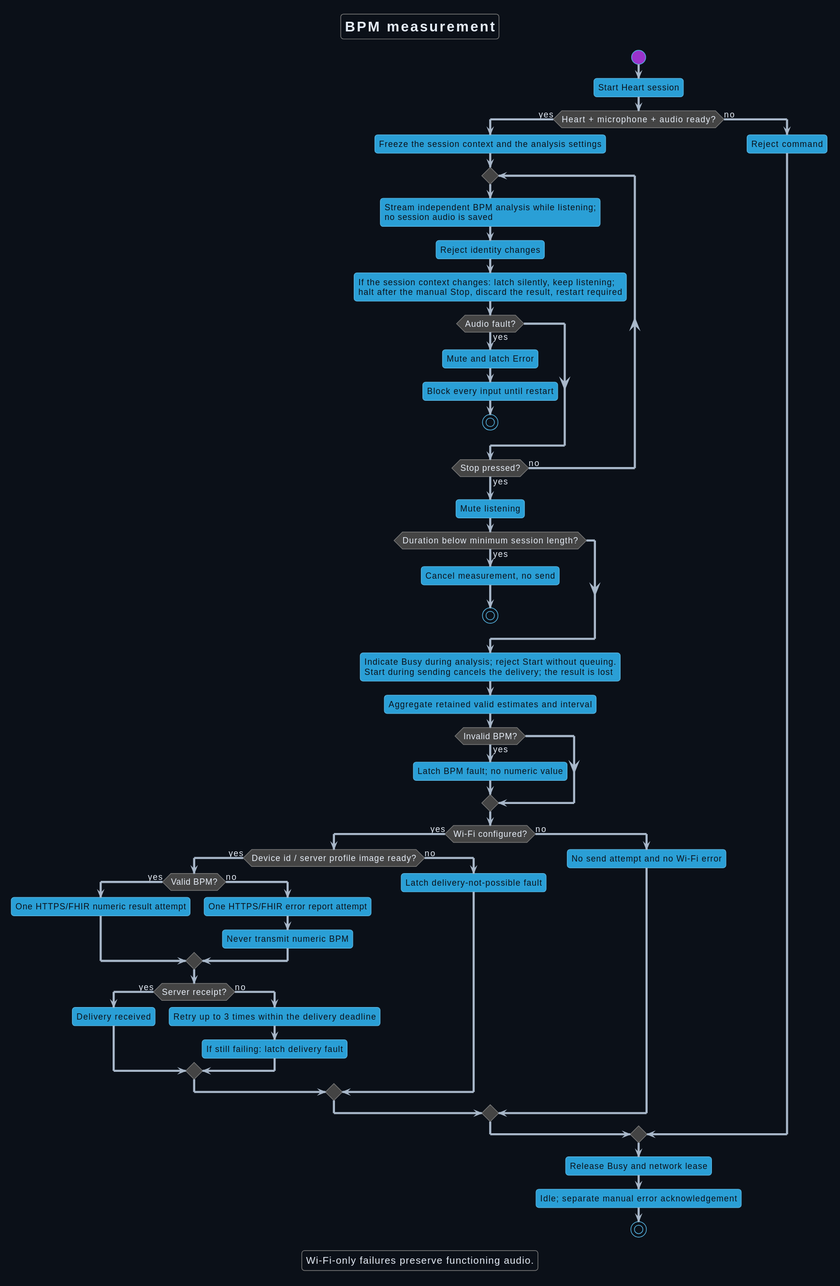
DemonicPsychoII/DigitalStethoscope keeps this PlantUML diagram as Development/system/architecture/system/rendered/measurement_workflow.svg. Above is the earlier version.
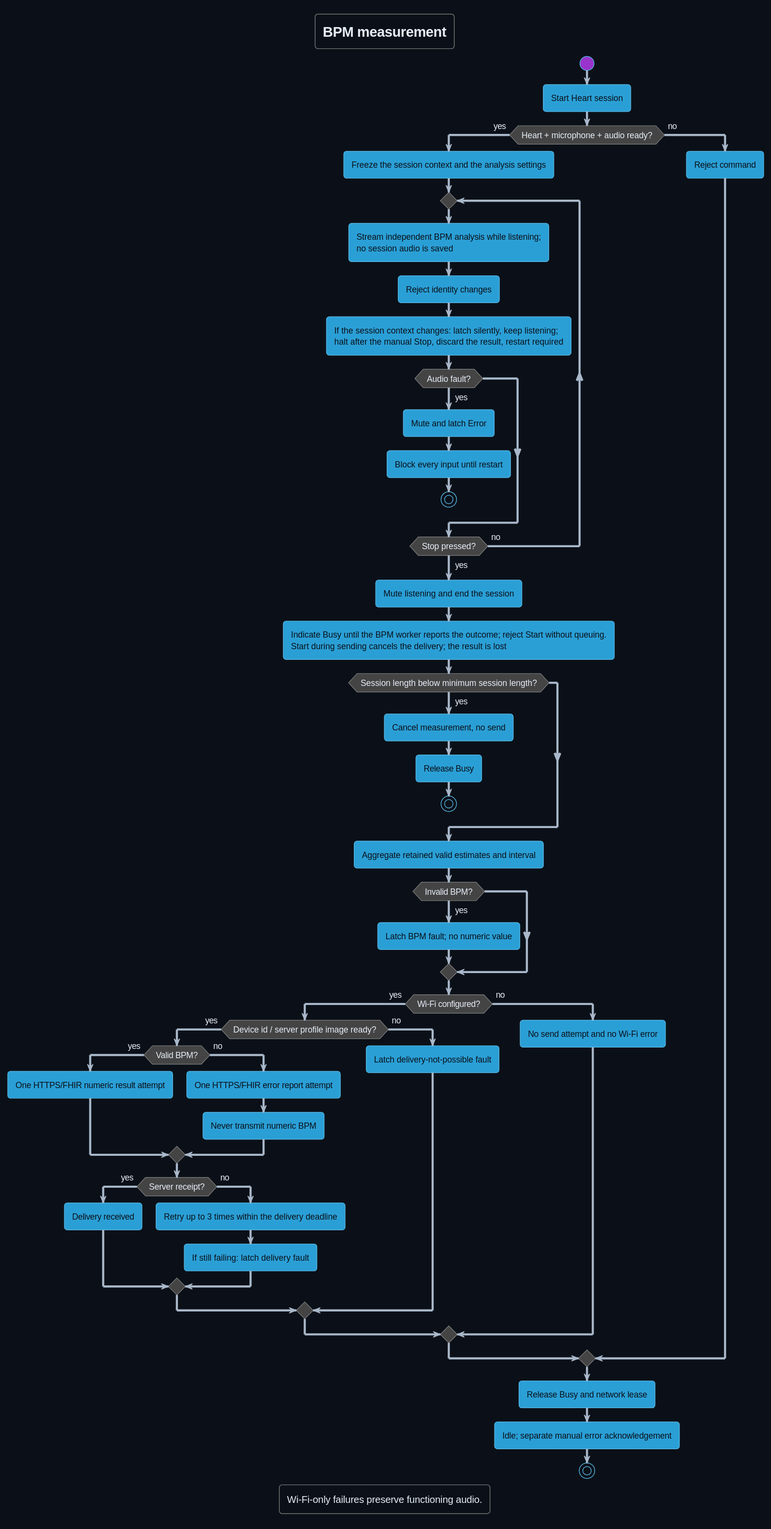
After the change.

Commit message:
documentation: keep the session length and outcome when blocks or events are dropped

What changed in the source:
```diff
@@ -24,12 +24,13 @@
    stop
   endif
  repeat while (Stop pressed?) is (no) not (yes)
- :Mute listening;
- if (Duration below minimum session length?) then (yes)
+ :Mute listening and end the session;
+ :Indicate Busy until the BPM worker reports the outcome; reject Start without queuing.\nStart during sending cancels the delivery; the result is lost;
+ if (Session length below minimum session length?) then (yes)
   :Cancel measurement, no send;
+  :Release Busy;
   stop
  endif
- :Indicate Busy during analysis; reject Start without queuing.\nStart during sending cancels the delivery; the result is lost;
  :Aggregate retained valid estimates and interval;
  if (Invalid BPM?) then (yes)
   :Latch BPM fault; no numeric value;
```
